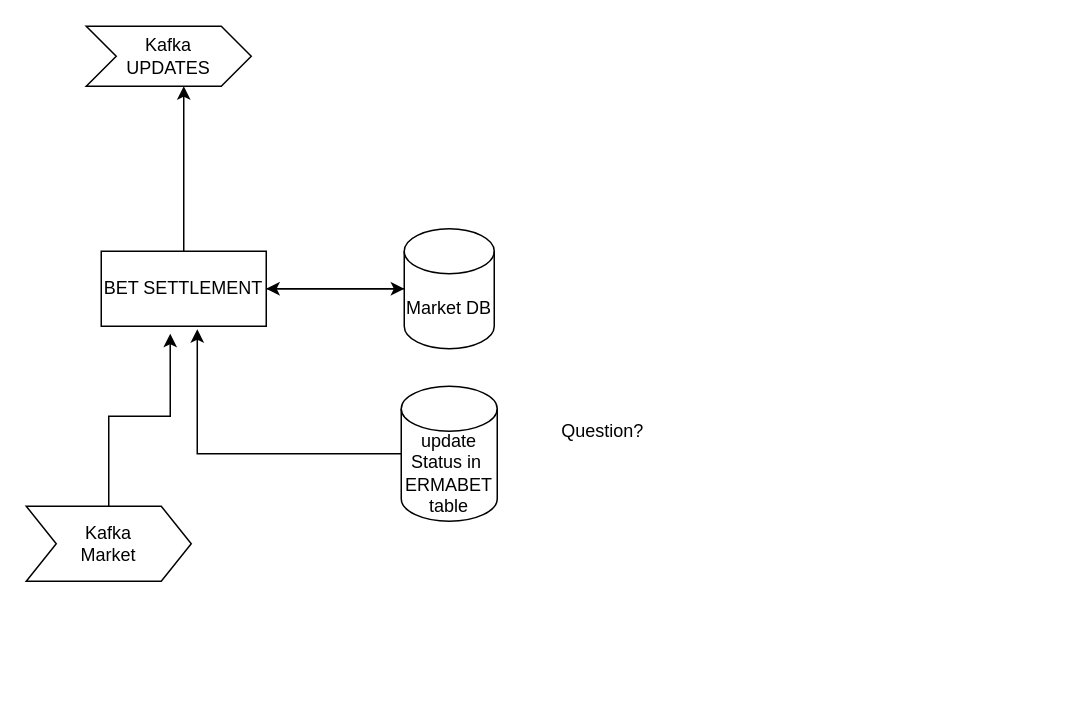
Earlier version of the draw.io diagram Untitled Diagram.drawio (keshu12345/MultiServer). Source tidied: cells renumbered, new cells numbered last; positions are measured from the earlier drawing's top-left corner, leaving out a move shared by most shapes. Both pictures are drawn from the tidied source at 150%, with x=0, y=0 at pixel (26, 26).
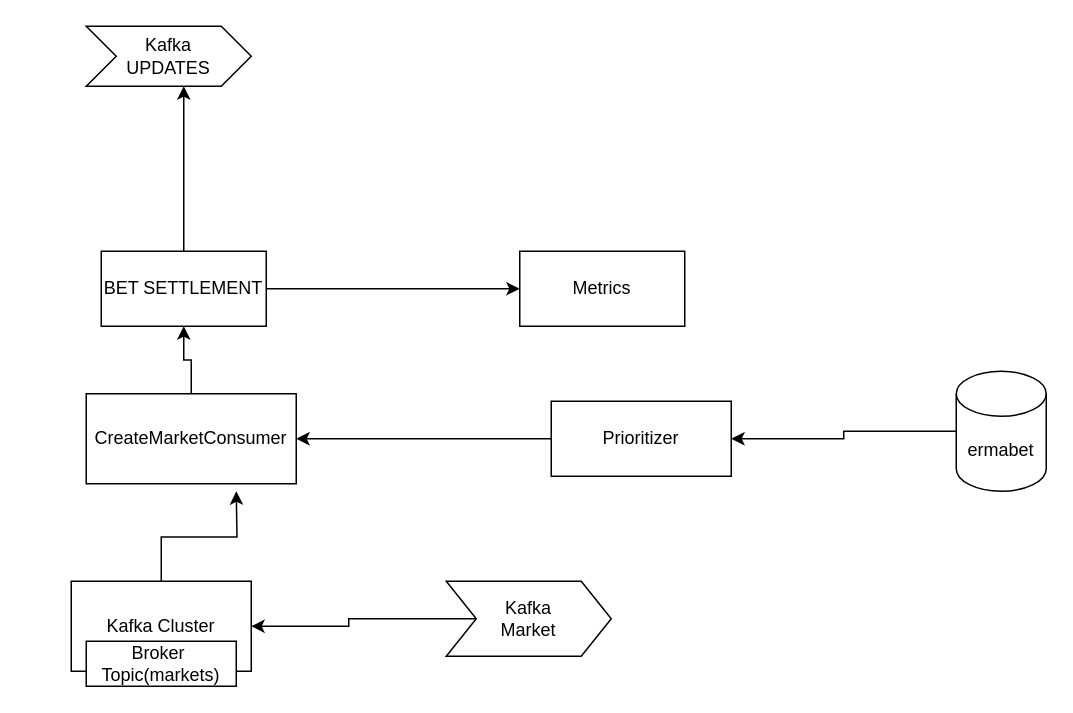
After the change.

Unchanged cells that the change refers to:
```xml
<mxCell id="4" value="BET SETTLEMENT" style="rounded=0;whiteSpace=wrap;html=1;" parent="1" vertex="1">
  <mxGeometry x="50" y="150" width="110" height="50" as="geometry" />
</mxCell>
```

What changed in the source:
```diff
@@
-    <mxCell id="2" style="edgeStyle=orthogonalEdgeStyle;rounded=0;jettySize=auto;html=1;entryX=0;entryY=0.5;entryDx=0;entryDy=0;entryPerimeter=0;" parent="1" edge="1" source="4" target="6">
-      <mxGeometry relative="1" as="geometry" />
-    </mxCell>
@@
+    <mxCell id="15" style="edgeStyle=orthogonalEdgeStyle;rounded=0;jettySize=auto;html=1;entryX=0;entryY=0.5;entryDx=0;entryDy=0;" parent="1" edge="1" source="4" target="20">
+      <mxGeometry relative="1" as="geometry" />
+    </mxCell>
@@
-    <mxCell id="5" style="edgeStyle=orthogonalEdgeStyle;rounded=0;jettySize=auto;html=1;entryX=1;entryY=0.5;entryDx=0;entryDy=0;" parent="1" edge="1" source="6" target="4">
-      <mxGeometry relative="1" as="geometry" />
-    </mxCell>
-    <mxCell id="6" value="Market DB" style="shape=cylinder3;whiteSpace=wrap;html=1;boundedLbl=1;backgroundOutline=1;size=15;" parent="1" vertex="1">
-      <mxGeometry x="252" y="135" width="60" height="80" as="geometry" />
-    </mxCell>
-    <mxCell id="7" style="edgeStyle=orthogonalEdgeStyle;rounded=0;jettySize=auto;html=1;entryX=0.582;entryY=1.04;entryDx=0;entryDy=0;entryPerimeter=0;" parent="1" edge="1" source="8" target="4">
-      <mxGeometry relative="1" as="geometry" />
-    </mxCell>
-    <mxCell id="8" value="update Status in&amp;nbsp; ERMABET table" style="shape=cylinder3;whiteSpace=wrap;html=1;boundedLbl=1;backgroundOutline=1;size=15;" parent="1" vertex="1">
-      <mxGeometry x="250" y="240" width="64" height="90" as="geometry" />
-    </mxCell>
-    <mxCell id="9" value="Question?" style="text;html=1;align=center;verticalAlign=middle;strokeColor=none;fillColor=none;" parent="1" vertex="1">
-      <mxGeometry x="349" y="260" width="70" height="20" as="geometry" />
-    </mxCell>
-    <mxCell id="10" style="edgeStyle=orthogonalEdgeStyle;rounded=0;jettySize=auto;html=1;entryX=0.418;entryY=1.1;entryDx=0;entryDy=0;entryPerimeter=0;" parent="1" edge="1" source="11" target="4">
-      <mxGeometry relative="1" as="geometry" />
-    </mxCell>
+    <mxCell id="16" style="edgeStyle=orthogonalEdgeStyle;rounded=0;jettySize=auto;html=1;entryX=1;entryY=0.5;entryDx=0;entryDy=0;" parent="1" edge="1" source="11" target="18">
+      <mxGeometry relative="1" as="geometry" />
+    </mxCell>
     <mxCell id="11" value="Kafka&lt;br&gt;Market" style="shape=step;perimeter=stepPerimeter;whiteSpace=wrap;html=1;fixedSize=1;" parent="1" vertex="1">
-      <mxGeometry y="320" width="110" height="50" as="geometry" />
+      <mxGeometry x="280" y="370" width="110" height="50" as="geometry" />
     </mxCell>
@@
-    <mxCell id="14" style="edgeStyle=orthogonalEdgeStyle;rounded=0;orthogonalLoop=1;jettySize=auto;html=1;exitX=0.5;exitY=1;exitDx=0;exitDy=0;exitPerimeter=0;" parent="1" edge="1" source="8" target="8">
-      <mxGeometry relative="1" as="geometry" />
+    <mxCell id="14" style="edgeStyle=orthogonalEdgeStyle;rounded=0;orthogonalLoop=1;jettySize=auto;html=1;exitX=0.5;exitY=1;exitDx=0;exitDy=0;exitPerimeter=0;" parent="1" edge="1">
+      <mxGeometry relative="1" as="geometry">
+        <mxPoint x="282" y="330" as="sourcePoint" />
+        <mxPoint x="282" y="330" as="targetPoint" />
+      </mxGeometry>
     </mxCell>
+    <mxCell id="17" style="edgeStyle=orthogonalEdgeStyle;rounded=0;jettySize=auto;html=1;" parent="1" edge="1" source="18">
+      <mxGeometry relative="1" as="geometry">
+        <mxPoint x="140" y="310" as="targetPoint" />
+      </mxGeometry>
+    </mxCell>
+    <mxCell id="18" value="Kafka Cluster" style="rounded=0;whiteSpace=wrap;html=1;" parent="1" vertex="1">
+      <mxGeometry x="30" y="370" width="120" height="60" as="geometry" />
+    </mxCell>
+    <mxCell id="19" value="Broker&amp;nbsp;&lt;br&gt;Topic(markets)" style="rounded=0;whiteSpace=wrap;html=1;" parent="1" vertex="1">
+      <mxGeometry x="40" y="410" width="100" height="30" as="geometry" />
+    </mxCell>
+    <mxCell id="20" value="Metrics" style="rounded=0;whiteSpace=wrap;html=1;" parent="1" vertex="1">
+      <mxGeometry x="329" y="150" width="110" height="50" as="geometry" />
+    </mxCell>
+    <mxCell id="21" style="edgeStyle=orthogonalEdgeStyle;rounded=0;jettySize=auto;html=1;entryX=0.5;entryY=1;entryDx=0;entryDy=0;" parent="1" edge="1" source="22" target="4">
+      <mxGeometry relative="1" as="geometry" />
+    </mxCell>
+    <mxCell id="22" value="CreateMarketConsumer" style="rounded=0;whiteSpace=wrap;html=1;" parent="1" vertex="1">
+      <mxGeometry x="40" y="245" width="140" height="60" as="geometry" />
+    </mxCell>
+    <mxCell id="23" style="edgeStyle=orthogonalEdgeStyle;rounded=0;jettySize=auto;html=1;entryX=1;entryY=0.5;entryDx=0;entryDy=0;" parent="1" edge="1" source="24" target="22">
+      <mxGeometry relative="1" as="geometry" />
+    </mxCell>
+    <mxCell id="24" value="Prioritizer" style="rounded=0;whiteSpace=wrap;html=1;" parent="1" vertex="1">
+      <mxGeometry x="350" y="250" width="120" height="50" as="geometry" />
+    </mxCell>
+    <mxCell id="25" style="edgeStyle=orthogonalEdgeStyle;rounded=0;jettySize=auto;html=1;entryX=1;entryY=0.5;entryDx=0;entryDy=0;" parent="1" edge="1" source="26" target="24">
+      <mxGeometry relative="1" as="geometry" />
+    </mxCell>
+    <mxCell id="26" value="ermabet" style="shape=cylinder3;whiteSpace=wrap;html=1;boundedLbl=1;backgroundOutline=1;size=15;" parent="1" vertex="1">
+      <mxGeometry x="620" y="230" width="60" height="80" as="geometry" />
+    </mxCell>
```
